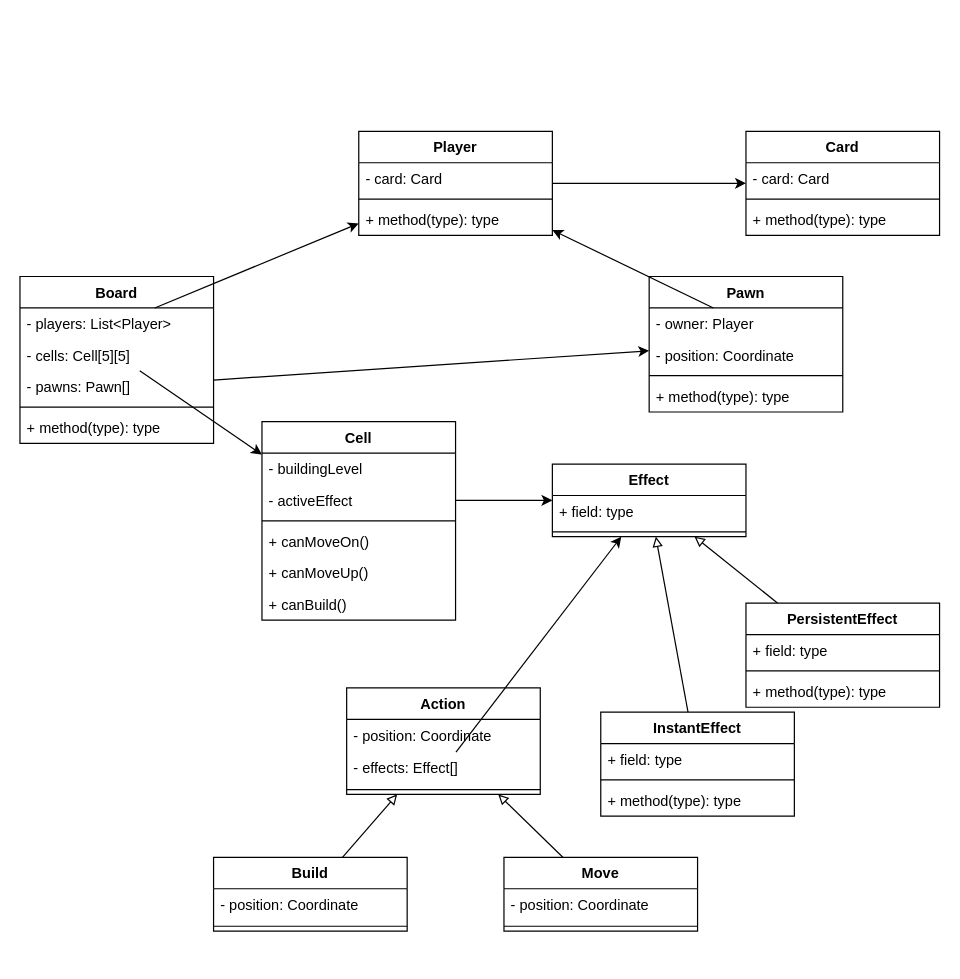
imDema/ing-sw-2020-Centurelli-DeMartini-Deori keeps this draw.io diagram as uml/model.drawio. Above is the earlier version. Source tidied: cells renumbered, new cells numbered last; positions are measured from the earlier drawing's top-left corner, leaving out a move shared by most shapes. Both pictures are drawn from the tidied source at 121%, with x=0, y=0 at pixel (19, 131).
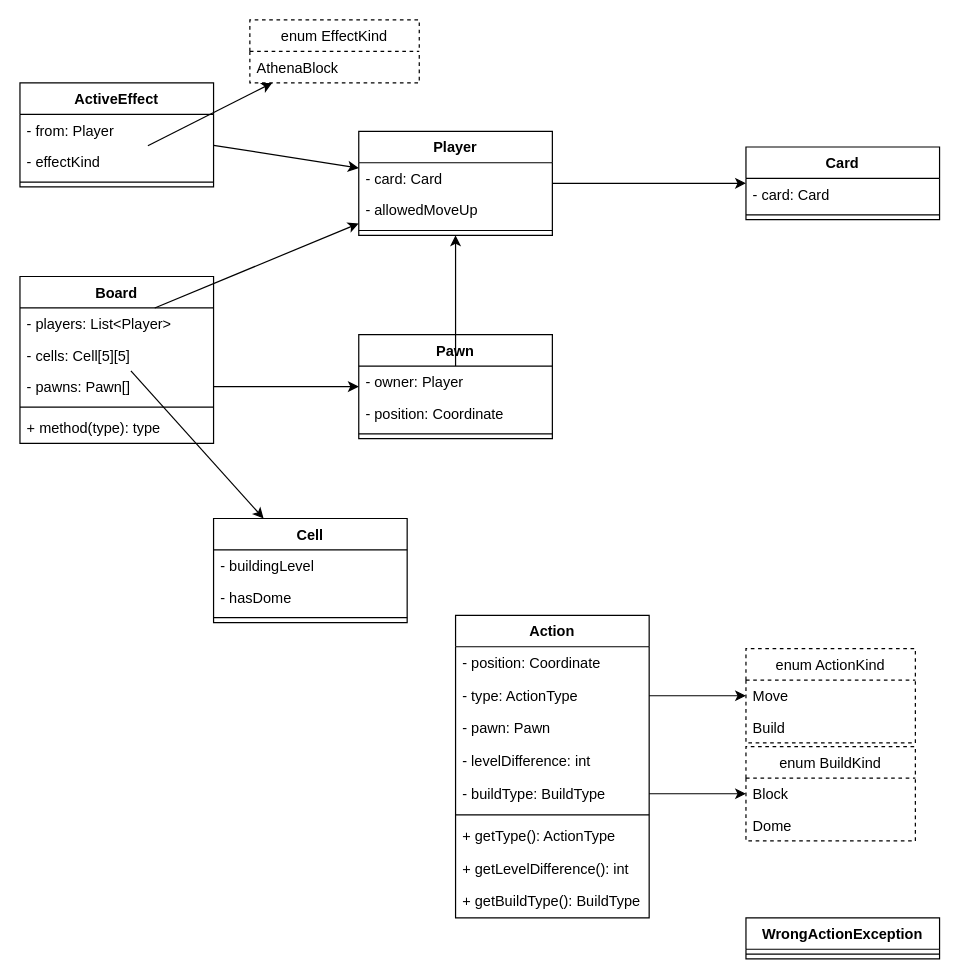
The same page after the edit.

Commit message:
Rework Action and Effect in model UML

Unchanged cells that the change refers to:
```xml
<mxCell id="22" value="Player" style="swimlane;fontStyle=1;align=center;verticalAlign=top;horizontal=1;startSize=26;" parent="1" vertex="1">
  <mxGeometry x="280" width="160" height="86" as="geometry" />
</mxCell>
```

What changed in the source:
```diff
@@
     <mxCell id="8" value="Action" style="swimlane;fontStyle=1;align=center;verticalAlign=top;horizontal=1;startSize=26;" parent="1" vertex="1">
-      <mxGeometry x="270" y="460" width="160" height="88" as="geometry" />
+      <mxGeometry x="360" y="400" width="160" height="250" as="geometry" />
     </mxCell>
@@
-    <mxCell id="10" value="- effects: Effect[]" style="text;strokeColor=none;fillColor=none;align=left;verticalAlign=top;spacingLeft=4;spacingRight=4;overflow=hidden;points=[[0,0.5],[1,0.5]];portConstraint=eastwest;" parent="8" vertex="1">
+    <mxCell id="10" value="- type: ActionType" style="text;strokeColor=none;fillColor=none;align=left;verticalAlign=top;spacingLeft=4;spacingRight=4;overflow=hidden;points=[[0,0.5],[1,0.5]];portConstraint=eastwest;" parent="8" vertex="1">
       <mxGeometry y="53" width="160" height="27" as="geometry" />
     </mxCell>
+    <mxCell id="60" value="- pawn: Pawn" style="text;strokeColor=none;fillColor=none;align=left;verticalAlign=top;spacingLeft=4;spacingRight=4;overflow=hidden;" parent="8" vertex="1">
+      <mxGeometry y="80" width="160" height="27" as="geometry" />
+    </mxCell>
+    <mxCell id="61" value="- levelDifference: int" style="text;strokeColor=none;fillColor=none;align=left;verticalAlign=top;spacingLeft=4;spacingRight=4;overflow=hidden;" parent="8" vertex="1">
+      <mxGeometry y="107" width="160" height="27" as="geometry" />
+    </mxCell>
+    <mxCell id="62" value="- buildType: BuildType" style="text;strokeColor=none;fillColor=none;align=left;verticalAlign=top;spacingLeft=4;spacingRight=4;overflow=hidden;points=[[0,0.5],[1,0.5]];portConstraint=eastwest;" parent="8" vertex="1">
+      <mxGeometry y="134" width="160" height="27" as="geometry" />
+    </mxCell>
     <mxCell id="11" style="line;strokeWidth=1;fillColor=none;align=left;verticalAlign=middle;spacingTop=-1;spacingLeft=3;spacingRight=3;labelPosition=right;" parent="8" vertex="1">
-      <mxGeometry y="80" width="160" height="8" as="geometry" />
+      <mxGeometry y="161" width="160" height="8" as="geometry" />
     </mxCell>
+    <mxCell id="63" value="+ getType(): ActionType" style="text;strokeColor=none;fillColor=none;align=left;verticalAlign=top;spacingLeft=4;spacingRight=4;overflow=hidden;" parent="8" vertex="1">
+      <mxGeometry y="169" width="160" height="27" as="geometry" />
+    </mxCell>
+    <mxCell id="64" value="+ getLevelDifference(): int" style="text;strokeColor=none;fillColor=none;align=left;verticalAlign=top;spacingLeft=4;spacingRight=4;overflow=hidden;" parent="8" vertex="1">
+      <mxGeometry y="196" width="160" height="27" as="geometry" />
+    </mxCell>
+    <mxCell id="65" value="+ getBuildType(): BuildType" style="text;strokeColor=none;fillColor=none;align=left;verticalAlign=top;spacingLeft=4;spacingRight=4;overflow=hidden;" parent="8" vertex="1">
+      <mxGeometry y="223" width="160" height="27" as="geometry" />
+    </mxCell>
     <mxCell id="12" value="Pawn" style="swimlane;fontStyle=1;align=center;verticalAlign=top;horizontal=1;startSize=26;" parent="1" vertex="1">
-      <mxGeometry x="520" y="120" width="160" height="112" as="geometry" />
+      <mxGeometry x="280" y="168" width="160" height="86" as="geometry" />
     </mxCell>
@@
-    <mxCell id="16" value="+ method(type): type" style="text;strokeColor=none;fillColor=none;align=left;verticalAlign=top;spacingLeft=4;spacingRight=4;overflow=hidden;" parent="12" vertex="1">
-      <mxGeometry y="86" width="160" height="26" as="geometry" />
-    </mxCell>
-    <mxCell id="17" value="Effect" style="swimlane;fontStyle=1;align=center;verticalAlign=top;horizontal=1;startSize=26;" parent="1" vertex="1">
-      <mxGeometry x="440" y="275" width="160" height="60" as="geometry" />
-    </mxCell>
-    <mxCell id="18" value="+ field: type" style="text;strokeColor=none;fillColor=none;align=left;verticalAlign=top;spacingLeft=4;spacingRight=4;overflow=hidden;" parent="17" vertex="1">
-      <mxGeometry y="26" width="160" height="26" as="geometry" />
-    </mxCell>
-    <mxCell id="19" style="line;strokeWidth=1;fillColor=none;align=left;verticalAlign=middle;spacingTop=-1;spacingLeft=3;spacingRight=3;labelPosition=right;" parent="17" vertex="1">
-      <mxGeometry y="52" width="160" height="8" as="geometry" />
-    </mxCell>
-    <mxCell id="20" style="rounded=0;jettySize=auto;html=1;" parent="1" edge="1" source="10" target="17">
-      <mxGeometry relative="1" as="geometry" />
-    </mxCell>
@@
+    <mxCell id="66" value="- allowedMoveUp" style="text;strokeColor=none;fillColor=none;align=left;verticalAlign=top;spacingLeft=4;spacingRight=4;overflow=hidden;" parent="22" vertex="1">
+      <mxGeometry y="52" width="160" height="26" as="geometry" />
+    </mxCell>
     <mxCell id="24" style="line;strokeWidth=1;fillColor=none;align=left;verticalAlign=middle;spacingTop=-1;spacingLeft=3;spacingRight=3;labelPosition=right;" parent="22" vertex="1">
-      <mxGeometry y="52" width="160" height="8" as="geometry" />
+      <mxGeometry y="78" width="160" height="8" as="geometry" />
     </mxCell>
-    <mxCell id="25" value="+ method(type): type" style="text;strokeColor=none;fillColor=none;align=left;verticalAlign=top;spacingLeft=4;spacingRight=4;overflow=hidden;" parent="22" vertex="1">
-      <mxGeometry y="60" width="160" height="26" as="geometry" />
-    </mxCell>
-    <mxCell id="26" style="edgeStyle=none;rounded=0;jettySize=auto;html=1;endArrow=block;endFill=0;" parent="1" edge="1" source="27" target="17">
-      <mxGeometry relative="1" as="geometry" />
-    </mxCell>
-    <mxCell id="27" value="PersistentEffect" style="swimlane;fontStyle=1;align=center;verticalAlign=top;horizontal=1;startSize=26;" parent="1" vertex="1">
-      <mxGeometry x="600" y="390" width="160" height="86" as="geometry" />
-    </mxCell>
-    <mxCell id="28" value="+ field: type" style="text;strokeColor=none;fillColor=none;align=left;verticalAlign=top;spacingLeft=4;spacingRight=4;overflow=hidden;" parent="27" vertex="1">
-      <mxGeometry y="26" width="160" height="26" as="geometry" />
-    </mxCell>
-    <mxCell id="29" style="line;strokeWidth=1;fillColor=none;align=left;verticalAlign=middle;spacingTop=-1;spacingLeft=3;spacingRight=3;labelPosition=right;" parent="27" vertex="1">
-      <mxGeometry y="52" width="160" height="8" as="geometry" />
-    </mxCell>
-    <mxCell id="30" value="+ method(type): type" style="text;strokeColor=none;fillColor=none;align=left;verticalAlign=top;spacingLeft=4;spacingRight=4;overflow=hidden;" parent="27" vertex="1">
-      <mxGeometry y="60" width="160" height="26" as="geometry" />
-    </mxCell>
-    <mxCell id="31" style="edgeStyle=none;rounded=0;jettySize=auto;html=1;endArrow=block;endFill=0;" parent="1" edge="1" source="32" target="17">
-      <mxGeometry relative="1" as="geometry" />
-    </mxCell>
-    <mxCell id="32" value="InstantEffect" style="swimlane;fontStyle=1;align=center;verticalAlign=top;horizontal=1;startSize=26;" parent="1" vertex="1">
-      <mxGeometry x="480" y="480" width="160" height="86" as="geometry" />
-    </mxCell>
-    <mxCell id="33" value="+ field: type" style="text;strokeColor=none;fillColor=none;align=left;verticalAlign=top;spacingLeft=4;spacingRight=4;overflow=hidden;" parent="32" vertex="1">
-      <mxGeometry y="26" width="160" height="26" as="geometry" />
-    </mxCell>
-    <mxCell id="34" style="line;strokeWidth=1;fillColor=none;align=left;verticalAlign=middle;spacingTop=-1;spacingLeft=3;spacingRight=3;labelPosition=right;" parent="32" vertex="1">
-      <mxGeometry y="52" width="160" height="8" as="geometry" />
-    </mxCell>
-    <mxCell id="35" value="+ method(type): type" style="text;strokeColor=none;fillColor=none;align=left;verticalAlign=top;spacingLeft=4;spacingRight=4;overflow=hidden;" parent="32" vertex="1">
-      <mxGeometry y="60" width="160" height="26" as="geometry" />
-    </mxCell>
@@
     <mxCell id="37" value="Cell" style="swimlane;fontStyle=1;align=center;verticalAlign=top;horizontal=1;startSize=26;" parent="1" vertex="1">
-      <mxGeometry x="200" y="240" width="160" height="164" as="geometry" />
+      <mxGeometry x="160" y="320" width="160" height="86" as="geometry" />
     </mxCell>
@@
-    <mxCell id="39" value="- activeEffect" style="text;strokeColor=none;fillColor=none;align=left;verticalAlign=top;spacingLeft=4;spacingRight=4;overflow=hidden;points=[[0,0.5],[1,0.5]];portConstraint=eastwest;" parent="37" vertex="1">
-      <mxGeometry y="52" width="160" height="26" as="geometry" />
-    </mxCell>
+    <mxCell id="67" value="- hasDome" style="text;strokeColor=none;fillColor=none;align=left;verticalAlign=top;spacingLeft=4;spacingRight=4;overflow=hidden;" parent="37" vertex="1">
+      <mxGeometry y="52" width="160" height="26" as="geometry" />
+    </mxCell>
@@
-    <mxCell id="41" value="+ canMoveOn()" style="text;strokeColor=none;fillColor=none;align=left;verticalAlign=top;spacingLeft=4;spacingRight=4;overflow=hidden;" parent="37" vertex="1">
-      <mxGeometry y="86" width="160" height="26" as="geometry" />
-    </mxCell>
-    <mxCell id="42" value="+ canMoveUp()" style="text;strokeColor=none;fillColor=none;align=left;verticalAlign=top;spacingLeft=4;spacingRight=4;overflow=hidden;" parent="37" vertex="1">
-      <mxGeometry y="112" width="160" height="26" as="geometry" />
-    </mxCell>
-    <mxCell id="43" value="+ canBuild()" style="text;strokeColor=none;fillColor=none;align=left;verticalAlign=top;spacingLeft=4;spacingRight=4;overflow=hidden;" parent="37" vertex="1">
-      <mxGeometry y="138" width="160" height="26" as="geometry" />
-    </mxCell>
     <mxCell id="44" value="Card" style="swimlane;fontStyle=1;align=center;verticalAlign=top;horizontal=1;startSize=26;" parent="1" vertex="1">
-      <mxGeometry x="600" width="160" height="86" as="geometry" />
+      <mxGeometry x="600" y="13" width="160" height="60" as="geometry" />
     </mxCell>
@@
-    <mxCell id="47" value="+ method(type): type" style="text;strokeColor=none;fillColor=none;align=left;verticalAlign=top;spacingLeft=4;spacingRight=4;overflow=hidden;" parent="44" vertex="1">
-      <mxGeometry y="60" width="160" height="26" as="geometry" />
-    </mxCell>
@@
-    <mxCell id="51" style="edgeStyle=none;rounded=0;jettySize=auto;html=1;endArrow=block;endFill=0;" parent="1" edge="1" source="52" target="8">
-      <mxGeometry relative="1" as="geometry" />
-    </mxCell>
+    <mxCell id="68" value="enum ActionKind" style="swimlane;fontStyle=0;horizontal=1;startSize=26;fillColor=none;dashed=1;" parent="1" vertex="1">
+      <mxGeometry x="600" y="427.5" width="140" height="78" as="geometry" />
+    </mxCell>
+    <mxCell id="56" value="Move" style="text;strokeColor=none;fillColor=none;align=left;verticalAlign=top;spacingLeft=4;spacingRight=4;overflow=hidden;points=[[0,0.5],[1,0.5]];portConstraint=eastwest;" parent="68" vertex="1">
+      <mxGeometry y="26" width="140" height="26" as="geometry" />
+    </mxCell>
-    <mxCell id="52" value="Build" style="swimlane;fontStyle=1;align=center;verticalAlign=top;horizontal=1;startSize=26;" parent="1" vertex="1">
-      <mxGeometry x="160" y="600" width="160" height="61" as="geometry" />
+    <mxCell id="52" value="Build" style="text;strokeColor=none;fillColor=none;align=left;verticalAlign=top;spacingLeft=4;spacingRight=4;overflow=hidden;points=[[0,0.5],[1,0.5]];portConstraint=eastwest;" parent="68" vertex="1">
+      <mxGeometry y="52" width="140" height="26" as="geometry" />
     </mxCell>
-    <mxCell id="53" value="- position: Coordinate" style="text;strokeColor=none;fillColor=none;align=left;verticalAlign=top;spacingLeft=4;spacingRight=4;overflow=hidden;" parent="52" vertex="1">
-      <mxGeometry y="26" width="160" height="27" as="geometry" />
-    </mxCell>
-    <mxCell id="54" style="line;strokeWidth=1;fillColor=none;align=left;verticalAlign=middle;spacingTop=-1;spacingLeft=3;spacingRight=3;labelPosition=right;" parent="52" vertex="1">
-      <mxGeometry y="53" width="160" height="8" as="geometry" />
-    </mxCell>
-    <mxCell id="55" style="edgeStyle=none;rounded=0;jettySize=auto;html=1;endArrow=block;endFill=0;" parent="1" edge="1" source="56" target="8">
-      <mxGeometry relative="1" as="geometry" />
-    </mxCell>
-    <mxCell id="56" value="Move" style="swimlane;fontStyle=1;align=center;verticalAlign=top;horizontal=1;startSize=26;" parent="1" vertex="1">
-      <mxGeometry x="400" y="600" width="160" height="61" as="geometry" />
-    </mxCell>
-    <mxCell id="57" value="- position: Coordinate" style="text;strokeColor=none;fillColor=none;align=left;verticalAlign=top;spacingLeft=4;spacingRight=4;overflow=hidden;" parent="56" vertex="1">
-      <mxGeometry y="26" width="160" height="27" as="geometry" />
-    </mxCell>
-    <mxCell id="58" style="line;strokeWidth=1;fillColor=none;align=left;verticalAlign=middle;spacingTop=-1;spacingLeft=3;spacingRight=3;labelPosition=right;" parent="56" vertex="1">
-      <mxGeometry y="53" width="160" height="8" as="geometry" />
-    </mxCell>
-    <mxCell id="59" style="edgeStyle=none;rounded=0;jettySize=auto;html=1;endArrow=classic;endFill=1;" parent="1" edge="1" source="39" target="17">
-      <mxGeometry relative="1" as="geometry" />
-    </mxCell>
+    <mxCell id="69" value="enum BuildKind" style="swimlane;fontStyle=0;horizontal=1;startSize=26;fillColor=none;dashed=1;" parent="1" vertex="1">
+      <mxGeometry x="600" y="508.5" width="140" height="78" as="geometry" />
+    </mxCell>
+    <mxCell id="70" value="Block" style="text;strokeColor=none;fillColor=none;align=left;verticalAlign=top;spacingLeft=4;spacingRight=4;overflow=hidden;" parent="69" vertex="1">
+      <mxGeometry y="26" width="140" height="26" as="geometry" />
+    </mxCell>
+    <mxCell id="71" value="Dome" style="text;strokeColor=none;fillColor=none;align=left;verticalAlign=top;spacingLeft=4;spacingRight=4;overflow=hidden;" parent="69" vertex="1">
+      <mxGeometry y="52" width="140" height="26" as="geometry" />
+    </mxCell>
+    <mxCell id="72" style="rounded=0;jettySize=auto;html=1;" parent="1" edge="1" source="62" target="69">
+      <mxGeometry relative="1" as="geometry" />
+    </mxCell>
+    <mxCell id="73" style="edgeStyle=none;rounded=0;jettySize=auto;html=1;" parent="1" edge="1" source="10" target="68">
+      <mxGeometry relative="1" as="geometry" />
+    </mxCell>
+    <mxCell id="74" value="WrongActionException" style="swimlane;fontStyle=1;align=center;verticalAlign=top;horizontal=1;startSize=26;" parent="1" vertex="1">
+      <mxGeometry x="600" y="650" width="160" height="34" as="geometry" />
+    </mxCell>
+    <mxCell id="75" style="line;strokeWidth=1;fillColor=none;align=left;verticalAlign=middle;spacingTop=-1;spacingLeft=3;spacingRight=3;labelPosition=right;" parent="74" vertex="1">
+      <mxGeometry y="26" width="160" height="8" as="geometry" />
+    </mxCell>
+    <mxCell id="76" value="ActiveEffect" style="swimlane;fontStyle=1;align=center;verticalAlign=top;horizontal=1;startSize=26;" parent="1" vertex="1">
+      <mxGeometry y="-40" width="160" height="86" as="geometry" />
+    </mxCell>
+    <mxCell id="77" value="- from: Player" style="text;strokeColor=none;fillColor=none;align=left;verticalAlign=top;spacingLeft=4;spacingRight=4;overflow=hidden;points=[[0,0.5],[1,0.5]];portConstraint=eastwest;" parent="76" vertex="1">
+      <mxGeometry y="26" width="160" height="26" as="geometry" />
+    </mxCell>
+    <mxCell id="78" value="- effectKind" style="text;strokeColor=none;fillColor=none;align=left;verticalAlign=top;spacingLeft=4;spacingRight=4;overflow=hidden;points=[[0,0.5],[1,0.5]];portConstraint=eastwest;" parent="76" vertex="1">
+      <mxGeometry y="52" width="160" height="26" as="geometry" />
+    </mxCell>
+    <mxCell id="79" style="line;strokeWidth=1;fillColor=none;align=left;verticalAlign=middle;spacingTop=-1;spacingLeft=3;spacingRight=3;labelPosition=right;" parent="76" vertex="1">
+      <mxGeometry y="78" width="160" height="8" as="geometry" />
+    </mxCell>
+    <mxCell id="80" value="enum EffectKind" style="swimlane;fontStyle=0;horizontal=1;startSize=26;fillColor=none;dashed=1;" parent="1" vertex="1">
+      <mxGeometry x="190" y="-92" width="140" height="52" as="geometry" />
+    </mxCell>
+    <mxCell id="81" value="AthenaBlock" style="text;strokeColor=none;fillColor=none;align=left;verticalAlign=top;spacingLeft=4;spacingRight=4;overflow=hidden;" parent="80" vertex="1">
+      <mxGeometry y="26" width="140" height="26" as="geometry" />
+    </mxCell>
+    <mxCell id="82" style="edgeStyle=none;rounded=0;jettySize=auto;html=1;" parent="1" edge="1" source="78" target="80">
+      <mxGeometry relative="1" as="geometry" />
+    </mxCell>
+    <mxCell id="83" style="edgeStyle=none;rounded=0;jettySize=auto;html=1;" parent="1" edge="1" source="77" target="22">
+      <mxGeometry relative="1" as="geometry" />
+    </mxCell>
```
